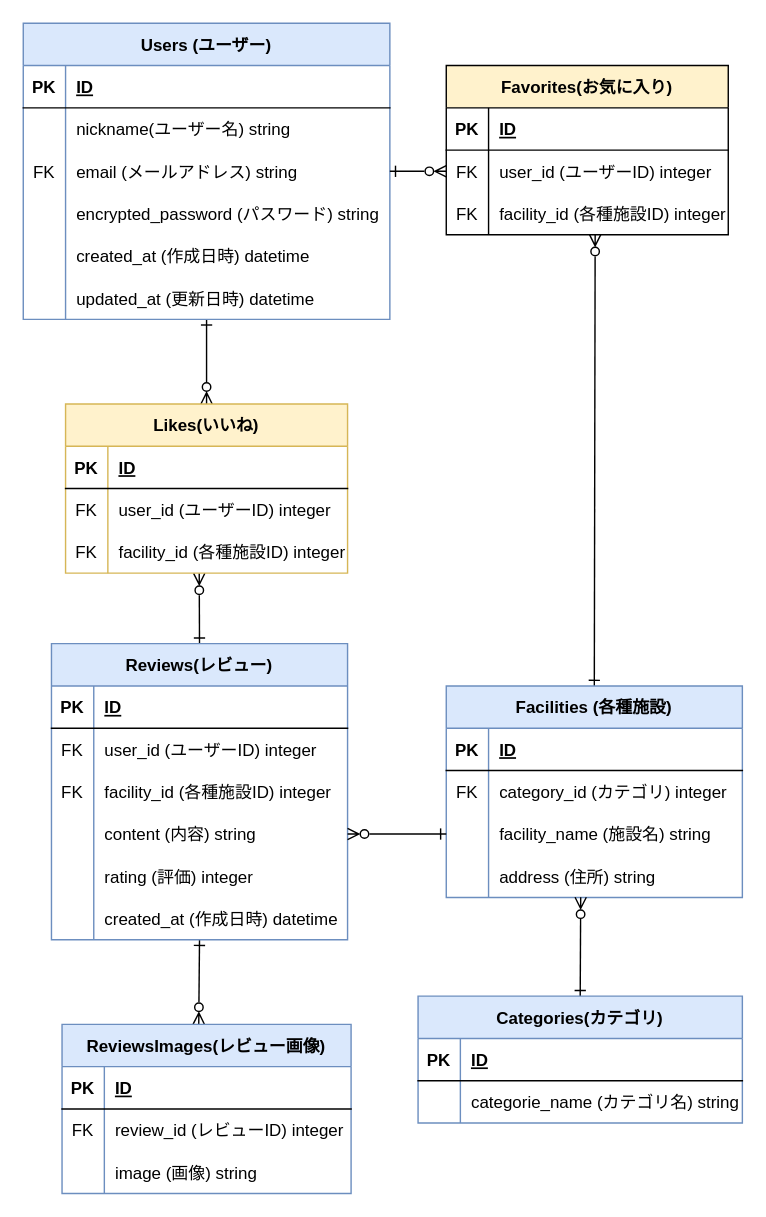
Earlier version of the draw.io diagram ER図.dio (vissel500/Hokuriku-shien-Travelers-map). Source tidied: cells renumbered, new cells numbered last; positions are measured from the earlier drawing's top-left corner, leaving out a move shared by most shapes. Both pictures are drawn from the tidied source at 141%, with x=0, y=0 at pixel (23, 23).
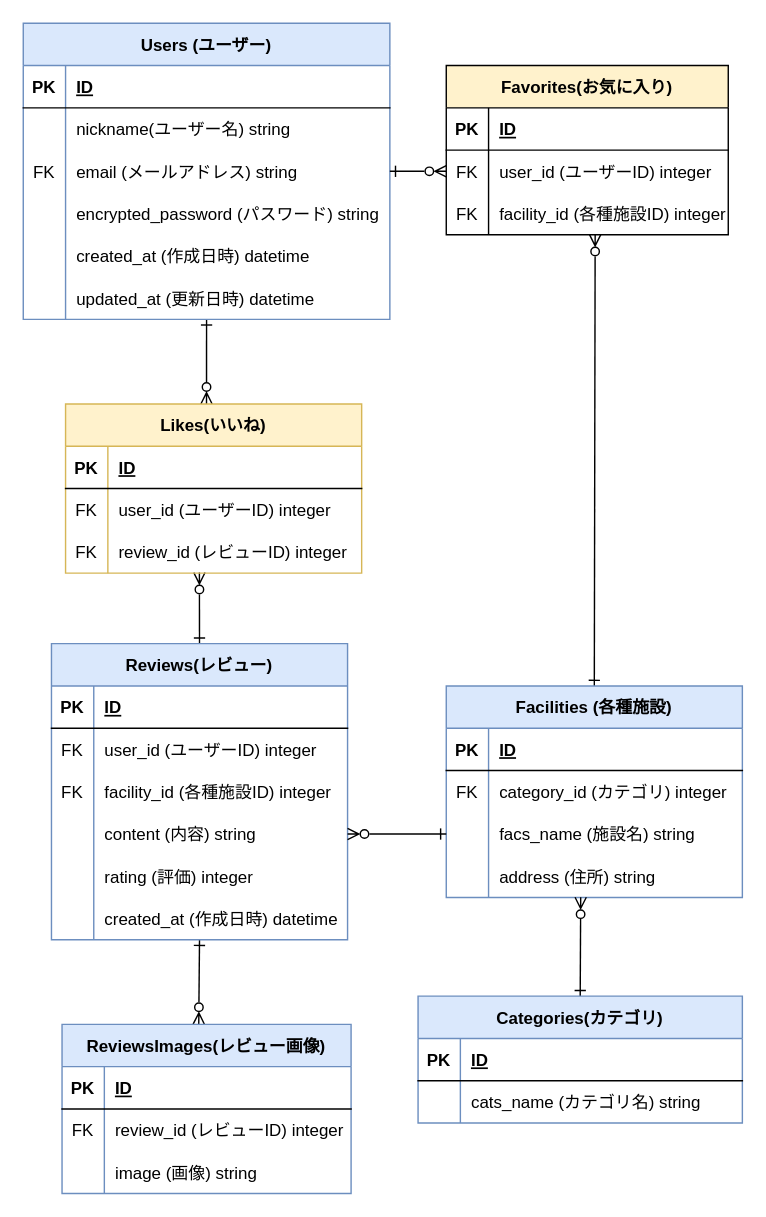
The same diagram, later.

The change refers to these unchanged cells:
```xml
<mxCell id="10" style="shape=tableRow;horizontal=0;startSize=0;swimlaneHead=0;swimlaneBody=0;fillColor=none;points=[[0,0.5],[1,0.5]];portConstraint=eastwest;top=0;left=0;right=0;bottom=0;" parent="3" vertex="1">
  <mxGeometry y="90" width="210" height="30" as="geometry" />
</mxCell>
<mxCell id="27" value="Users (ユーザー)" style="shape=table;startSize=30;childLayout=tableLayout;rowLines=0;fontStyle=1;align=center;fillColor=#dae8fc;strokeColor=#6c8ebf;" parent="1" vertex="1">
  <mxGeometry width="260" height="210" as="geometry" />
</mxCell>
<mxCell id="48" value="Reviews(レビュー)" style="shape=table;startSize=30;childLayout=tableLayout;rowLines=0;fontStyle=1;align=center;fillColor=#dae8fc;strokeColor=#6c8ebf;" parent="1" vertex="1">
  <mxGeometry x="20" y="440" width="210" height="210" as="geometry" />
</mxCell>
<mxCell id="82" style="shape=tableRow;horizontal=0;startSize=0;swimlaneHead=0;swimlaneBody=0;fillColor=none;top=0;left=0;right=0;bottom=0;" parent="78" vertex="1">
  <mxGeometry y="60" width="230" height="30" as="geometry" />
</mxCell>
<mxCell id="85" value="ReviewsImages(レビュー画像)" style="shape=table;startSize=30;childLayout=tableLayout;rowLines=0;fontStyle=1;align=center;fillColor=#dae8fc;strokeColor=#6c8ebf;" parent="1" vertex="1">
  <mxGeometry x="27.5" y="710" width="205" height="120" as="geometry" />
</mxCell>
```

Diff of the diagram source:
```diff
@@
-    <mxCell id="12" value="facility_name (施設名) string" style="shape=partialRectangle;fillColor=none;top=0;left=0;bottom=0;right=0;align=left;spacingLeft=6;overflow=hidden;" parent="10" vertex="1">
+    <mxCell id="12" value="facs_name (施設名) string" style="shape=partialRectangle;fillColor=none;top=0;left=0;bottom=0;right=0;align=left;spacingLeft=6;overflow=hidden;" parent="10" vertex="1">
       <mxGeometry x="30" width="180" height="30" as="geometry" />
     </mxCell>
@@
-    <mxCell id="26" style="edgeStyle=none;html=1;exitX=0.5;exitY=1;exitDx=0;exitDy=0;entryX=0.5;entryY=0;entryDx=0;entryDy=0;strokeColor=default;startArrow=ERone;startFill=0;endArrow=ERzeroToMany;endFill=0;" parent="1" edge="1" source="27" target="67">
+    <mxCell id="26" style="edgeStyle=none;html=1;exitX=0.5;exitY=1;exitDx=0;exitDy=0;entryX=0.476;entryY=0;entryDx=0;entryDy=0;entryPerimeter=0;strokeColor=default;startArrow=ERone;startFill=0;endArrow=ERzeroToMany;endFill=0;" parent="1" edge="1" source="27" target="67">
       <mxGeometry relative="1" as="geometry" />
     </mxCell>
@@
+    <mxCell id="47" style="edgeStyle=none;html=1;exitX=0.5;exitY=1;exitDx=0;exitDy=0;entryX=0.473;entryY=-0.001;entryDx=0;entryDy=0;entryPerimeter=0;strokeColor=default;startArrow=ERone;startFill=0;endArrow=ERzeroToMany;endFill=0;" parent="1" edge="1" source="48" target="85">
+      <mxGeometry relative="1" as="geometry" />
+    </mxCell>
-    <mxCell id="46" style="edgeStyle=none;html=1;exitX=0.5;exitY=0;exitDx=0;exitDy=0;entryX=0.474;entryY=1.004;entryDx=0;entryDy=0;entryPerimeter=0;strokeColor=default;startArrow=ERone;startFill=0;endArrow=ERzeroToMany;endFill=0;" parent="1" edge="1" source="48" target="74">
+    <mxCell id="46" style="edgeStyle=none;html=1;exitX=0.5;exitY=0;exitDx=0;exitDy=0;entryX=0.452;entryY=0.986;entryDx=0;entryDy=0;entryPerimeter=0;strokeColor=default;startArrow=ERone;startFill=0;endArrow=ERzeroToMany;endFill=0;" parent="1" edge="1" source="48" target="74">
       <mxGeometry relative="1" as="geometry" />
     </mxCell>
-    <mxCell id="47" style="edgeStyle=none;html=1;exitX=0.5;exitY=1;exitDx=0;exitDy=0;entryX=0.473;entryY=-0.001;entryDx=0;entryDy=0;entryPerimeter=0;strokeColor=default;startArrow=ERone;startFill=0;endArrow=ERzeroToMany;endFill=0;" parent="1" edge="1" source="48" target="85">
-      <mxGeometry relative="1" as="geometry" />
-    </mxCell>
@@
     <mxCell id="67" value="Likes(いいね)" style="shape=table;startSize=30;childLayout=tableLayout;rowLines=0;fontStyle=1;align=center;fillColor=#fff2cc;strokeColor=#d6b656;" parent="1" vertex="1">
-      <mxGeometry x="30" y="270" width="200" height="120" as="geometry" />
+      <mxGeometry x="30" y="270" width="210" height="120" as="geometry" />
     </mxCell>
     <mxCell id="68" style="shape=tableRow;horizontal=0;startSize=0;swimlaneHead=0;swimlaneBody=0;fillColor=none;top=0;left=0;right=0;bottom=1;" parent="67" vertex="1">
-      <mxGeometry y="30" width="200" height="30" as="geometry" />
+      <mxGeometry y="30" width="210" height="30" as="geometry" />
     </mxCell>
@@
     <mxCell id="70" value="ID" style="shape=partialRectangle;fillColor=none;top=0;left=0;bottom=0;right=0;align=left;spacingLeft=6;fontStyle=5;overflow=hidden;" parent="68" vertex="1">
-      <mxGeometry x="30" width="170" height="30" as="geometry" />
+      <mxGeometry x="30" width="180" height="30" as="geometry" />
     </mxCell>
     <mxCell id="71" style="shape=tableRow;horizontal=0;startSize=0;swimlaneHead=0;swimlaneBody=0;fillColor=none;top=0;left=0;right=0;bottom=0;" parent="67" vertex="1">
-      <mxGeometry y="60" width="200" height="30" as="geometry" />
+      <mxGeometry y="60" width="210" height="30" as="geometry" />
     </mxCell>
@@
     <mxCell id="73" value="user_id (ユーザーID) integer" style="shape=partialRectangle;fillColor=none;top=0;left=0;bottom=0;right=0;align=left;spacingLeft=6;overflow=hidden;" parent="71" vertex="1">
-      <mxGeometry x="30" width="170" height="30" as="geometry" />
+      <mxGeometry x="30" width="180" height="30" as="geometry" />
     </mxCell>
     <mxCell id="74" style="shape=tableRow;horizontal=0;startSize=0;swimlaneHead=0;swimlaneBody=0;fillColor=none;points=[[0,0.5],[1,0.5]];portConstraint=eastwest;top=0;left=0;right=0;bottom=0;" parent="67" vertex="1">
-      <mxGeometry y="90" width="200" height="30" as="geometry" />
+      <mxGeometry y="90" width="210" height="30" as="geometry" />
     </mxCell>
@@
-    <mxCell id="76" value="facility_id (各種施設ID) integer" style="shape=partialRectangle;fillColor=none;top=0;left=0;bottom=0;right=0;align=left;spacingLeft=6;overflow=hidden;" parent="74" vertex="1">
-      <mxGeometry x="30" width="170" height="30" as="geometry" />
+    <mxCell id="76" value="review_id (レビューID) integer" style="shape=partialRectangle;fillColor=none;top=0;left=0;bottom=0;right=0;align=left;spacingLeft=6;overflow=hidden;" parent="74" vertex="1">
+      <mxGeometry x="30" width="180" height="30" as="geometry" />
     </mxCell>
@@
-    <mxCell id="84" value="categorie_name (カテゴリ名) string" style="shape=partialRectangle;fillColor=none;top=0;left=0;bottom=0;right=0;align=left;spacingLeft=6;overflow=hidden;" parent="82" vertex="1">
+    <mxCell id="84" value="cats_name (カテゴリ名) string" style="shape=partialRectangle;fillColor=none;top=0;left=0;bottom=0;right=0;align=left;spacingLeft=6;overflow=hidden;" parent="82" vertex="1">
       <mxGeometry x="30" width="200" height="30" as="geometry" />
     </mxCell>
```
